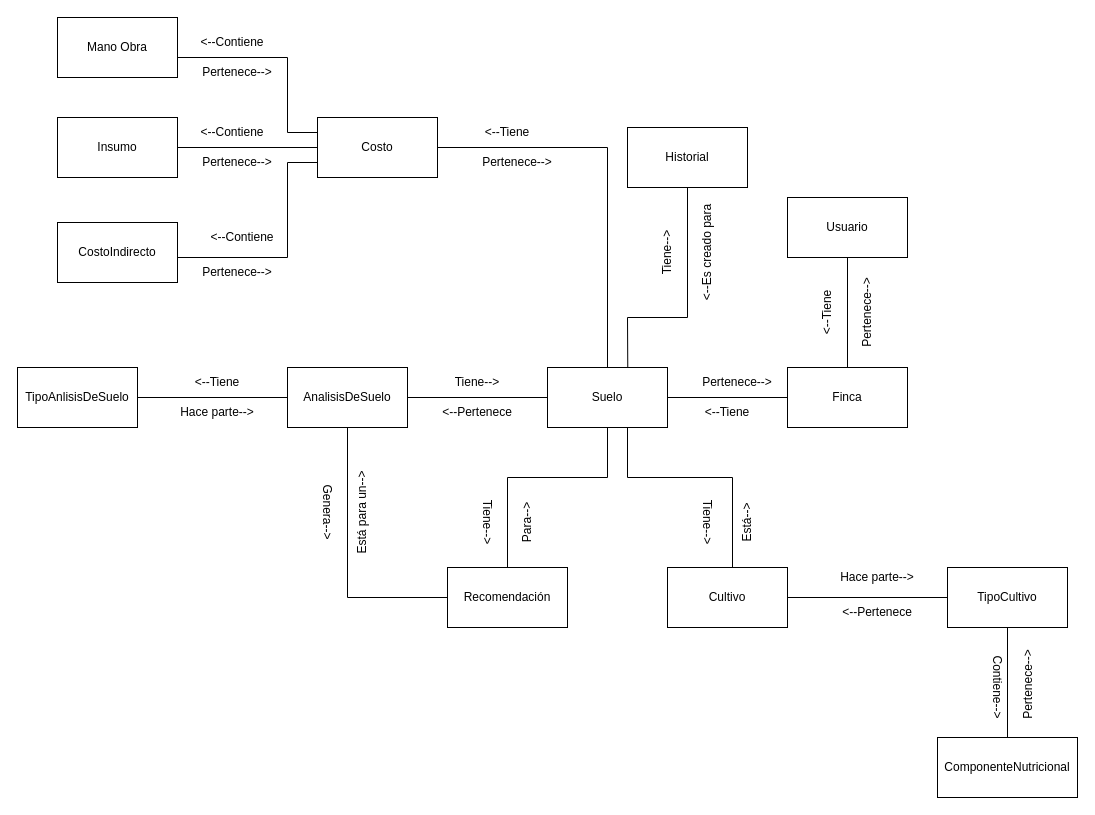
1193090526alexander/IngenieriaDeSotwareII keeps this draw.io diagram as CropScan.drawio. Above is the earlier version. Source tidied: cells renumbered, new cells numbered last; positions are measured from the earlier drawing's top-left corner, leaving out a move shared by most shapes. Both pictures are drawn from the tidied source at 100%, with x=0, y=0 at pixel (17, 17).
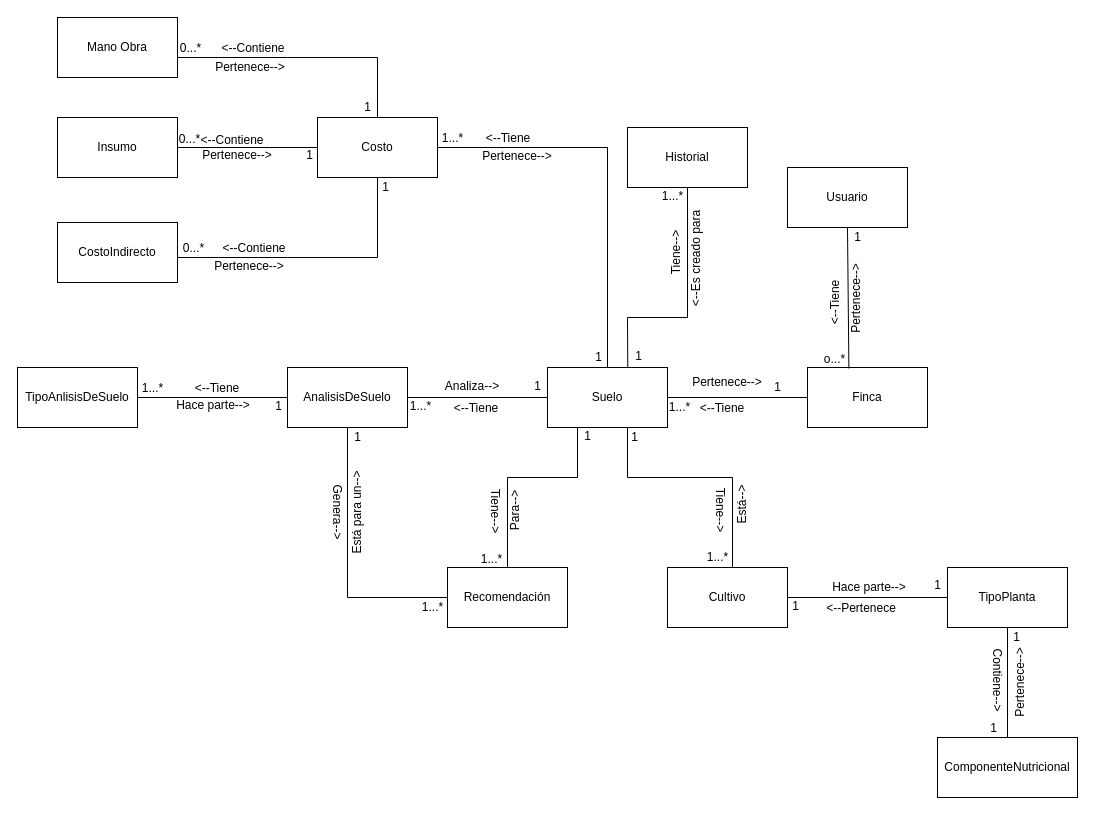
Above is the later version.

The change refers to these unchanged cells:
```xml
<mxCell id="3" value="Suelo" style="rounded=0;whiteSpace=wrap;html=1;" parent="1" vertex="1">
  <mxGeometry x="530" y="350" width="120" height="60" as="geometry" />
</mxCell>
<mxCell id="17" value="Recomendación" style="rounded=0;whiteSpace=wrap;html=1;" parent="1" vertex="1">
  <mxGeometry x="430" y="550" width="120" height="60" as="geometry" />
</mxCell>
<mxCell id="38" value="Costo" style="rounded=0;whiteSpace=wrap;html=1;" parent="1" vertex="1">
  <mxGeometry x="300" y="100" width="120" height="60" as="geometry" />
</mxCell>
```

Change to the diagram source:
```diff
@@
     <mxCell id="5" value="Usuario" style="rounded=0;whiteSpace=wrap;html=1;" parent="1" vertex="1">
-      <mxGeometry x="770" y="180" width="120" height="60" as="geometry" />
+      <mxGeometry x="770" y="150" width="120" height="60" as="geometry" />
     </mxCell>
-    <mxCell id="6" value="Tiene--&amp;gt;" style="text;html=1;strokeColor=none;fillColor=none;align=center;verticalAlign=middle;whiteSpace=wrap;rounded=0;" parent="1" vertex="1">
-      <mxGeometry x="430" y="350" width="60" height="30" as="geometry" />
+    <mxCell id="6" value="Analiza--&amp;gt;" style="text;html=1;strokeColor=none;fillColor=none;align=center;verticalAlign=middle;whiteSpace=wrap;rounded=0;" parent="1" vertex="1">
+      <mxGeometry x="415" y="354" width="80" height="30" as="geometry" />
     </mxCell>
-    <mxCell id="7" value="&amp;lt;--Pertenece" style="text;html=1;strokeColor=none;fillColor=none;align=center;verticalAlign=middle;whiteSpace=wrap;rounded=0;" parent="1" vertex="1">
-      <mxGeometry x="410" y="380" width="100" height="30" as="geometry" />
+    <mxCell id="7" value="&amp;lt;--Tiene" style="text;html=1;strokeColor=none;fillColor=none;align=center;verticalAlign=middle;whiteSpace=wrap;rounded=0;" parent="1" vertex="1">
+      <mxGeometry x="409" y="376" width="100" height="30" as="geometry" />
     </mxCell>
     <mxCell id="8" value="Finca" style="rounded=0;whiteSpace=wrap;html=1;" parent="1" vertex="1">
-      <mxGeometry x="770" y="350" width="120" height="60" as="geometry" />
+      <mxGeometry x="790" y="350" width="120" height="60" as="geometry" />
     </mxCell>
@@
     <mxCell id="10" value="Pertenece--&amp;gt;" style="text;html=1;strokeColor=none;fillColor=none;align=center;verticalAlign=middle;whiteSpace=wrap;rounded=0;" parent="1" vertex="1">
-      <mxGeometry x="680" y="350" width="80" height="30" as="geometry" />
+      <mxGeometry x="670" y="350" width="80" height="30" as="geometry" />
     </mxCell>
-    <mxCell id="11" style="endArrow=none;html=1;rounded=0;exitX=0.5;exitY=0;exitDx=0;exitDy=0;" parent="1" edge="1" source="8">
+    <mxCell id="11" style="endArrow=none;html=1;rounded=0;exitX=0.345;exitY=0.017;exitDx=0;exitDy=0;exitPerimeter=0;" parent="1" edge="1" source="8">
       <mxGeometry relative="1" as="geometry">
-        <mxPoint x="830" y="240" as="targetPoint" />
+        <mxPoint x="830" y="210" as="targetPoint" />
       </mxGeometry>
     </mxCell>
     <mxCell id="12" value="&amp;lt;--Tiene" style="text;html=1;strokeColor=none;fillColor=none;align=center;verticalAlign=middle;whiteSpace=wrap;rounded=0;" parent="1" vertex="1">
-      <mxGeometry x="670" y="380" width="80" height="30" as="geometry" />
+      <mxGeometry x="665" y="376" width="80" height="30" as="geometry" />
     </mxCell>
     <mxCell id="13" value="Pertenece--&amp;gt;" style="text;html=1;strokeColor=none;fillColor=none;align=center;verticalAlign=middle;whiteSpace=wrap;rounded=0;rotation=270;" parent="1" vertex="1">
-      <mxGeometry x="810" y="280" width="80" height="30" as="geometry" />
+      <mxGeometry x="799" y="266" width="80" height="30" as="geometry" />
     </mxCell>
     <mxCell id="14" value="&amp;lt;--Tiene" style="text;html=1;strokeColor=none;fillColor=none;align=center;verticalAlign=middle;whiteSpace=wrap;rounded=0;rotation=270;" parent="1" vertex="1">
-      <mxGeometry x="770" y="280" width="80" height="30" as="geometry" />
+      <mxGeometry x="778" y="270" width="80" height="30" as="geometry" />
     </mxCell>
@@
     <mxCell id="19" value="Tiene--&amp;gt;" style="text;html=1;strokeColor=none;fillColor=none;align=center;verticalAlign=middle;whiteSpace=wrap;rounded=0;rotation=90;" parent="1" vertex="1">
-      <mxGeometry x="660" y="490" width="60" height="30" as="geometry" />
+      <mxGeometry x="673" y="478" width="60" height="30" as="geometry" />
     </mxCell>
     <mxCell id="20" value="Está--&amp;gt;" style="text;html=1;strokeColor=none;fillColor=none;align=center;verticalAlign=middle;whiteSpace=wrap;rounded=0;rotation=270;" parent="1" vertex="1">
-      <mxGeometry x="690" y="490" width="80" height="30" as="geometry" />
+      <mxGeometry x="685" y="472" width="80" height="30" as="geometry" />
     </mxCell>
@@
     <mxCell id="23" value="Tiene--&amp;gt;" style="text;html=1;strokeColor=none;fillColor=none;align=center;verticalAlign=middle;whiteSpace=wrap;rounded=0;rotation=270;" parent="1" vertex="1">
-      <mxGeometry x="610" y="220" width="80" height="30" as="geometry" />
+      <mxGeometry x="619" y="220" width="80" height="30" as="geometry" />
     </mxCell>
@@
     <mxCell id="26" value="&amp;lt;--Tiene" style="text;html=1;strokeColor=none;fillColor=none;align=center;verticalAlign=middle;whiteSpace=wrap;rounded=0;" parent="1" vertex="1">
-      <mxGeometry x="170" y="350" width="60" height="30" as="geometry" />
+      <mxGeometry x="170" y="356" width="60" height="30" as="geometry" />
     </mxCell>
     <mxCell id="27" value="Hace parte--&amp;gt;" style="text;html=1;strokeColor=none;fillColor=none;align=center;verticalAlign=middle;whiteSpace=wrap;rounded=0;" parent="1" vertex="1">
-      <mxGeometry x="160" y="380" width="80" height="30" as="geometry" />
+      <mxGeometry x="156" y="373" width="80" height="30" as="geometry" />
     </mxCell>
@@
-    <mxCell id="29" style="endArrow=none;html=1;rounded=0;entryX=0.5;entryY=1;entryDx=0;entryDy=0;exitX=0.5;exitY=0;exitDx=0;exitDy=0;" parent="1" edge="1" source="17" target="3">
+    <mxCell id="29" style="endArrow=none;html=1;rounded=0;entryX=0.25;entryY=1;entryDx=0;entryDy=0;exitX=0.5;exitY=0;exitDx=0;exitDy=0;" parent="1" edge="1" source="17" target="3">
       <mxGeometry relative="1" as="geometry">
         <Array as="points">
           <mxPoint x="490" y="460" />
-          <mxPoint x="590" y="460" />
+          <mxPoint x="560" y="460" />
         </Array>
       </mxGeometry>
     </mxCell>
     <mxCell id="30" value="Tiene--&amp;gt;" style="text;html=1;strokeColor=none;fillColor=none;align=center;verticalAlign=middle;whiteSpace=wrap;rounded=0;rotation=90;" parent="1" vertex="1">
-      <mxGeometry x="440" y="490" width="60" height="30" as="geometry" />
+      <mxGeometry x="448" y="479" width="60" height="30" as="geometry" />
     </mxCell>
     <mxCell id="31" value="Para--&amp;gt;" style="text;html=1;strokeColor=none;fillColor=none;align=center;verticalAlign=middle;whiteSpace=wrap;rounded=0;rotation=270;" parent="1" vertex="1">
-      <mxGeometry x="470" y="490" width="80" height="30" as="geometry" />
+      <mxGeometry x="458" y="478" width="80" height="30" as="geometry" />
     </mxCell>
     <mxCell id="32" value="&amp;lt;--Es creado para" style="text;html=1;strokeColor=none;fillColor=none;align=center;verticalAlign=middle;whiteSpace=wrap;rounded=0;rotation=270;" parent="1" vertex="1">
-      <mxGeometry x="640" y="220" width="100" height="30" as="geometry" />
+      <mxGeometry x="629" y="226" width="100" height="30" as="geometry" />
     </mxCell>
-    <mxCell id="33" value="TipoCultivo" style="rounded=0;whiteSpace=wrap;html=1;" parent="1" vertex="1">
+    <mxCell id="33" value="TipoPlanta" style="rounded=0;whiteSpace=wrap;html=1;" parent="1" vertex="1">
       <mxGeometry x="930" y="550" width="120" height="60" as="geometry" />
     </mxCell>
@@
     <mxCell id="35" value="&amp;lt;--Pertenece" style="text;html=1;strokeColor=none;fillColor=none;align=center;verticalAlign=middle;whiteSpace=wrap;rounded=0;" parent="1" vertex="1">
-      <mxGeometry x="820" y="580" width="80" height="30" as="geometry" />
+      <mxGeometry x="804" y="576" width="80" height="30" as="geometry" />
     </mxCell>
     <mxCell id="36" value="Hace parte--&amp;gt;" style="text;html=1;strokeColor=none;fillColor=none;align=center;verticalAlign=middle;whiteSpace=wrap;rounded=0;" parent="1" vertex="1">
-      <mxGeometry x="820" y="545" width="80" height="30" as="geometry" />
+      <mxGeometry x="812" y="555" width="80" height="30" as="geometry" />
     </mxCell>
@@
     <mxCell id="40" value="&amp;lt;--Tiene" style="text;html=1;strokeColor=none;fillColor=none;align=center;verticalAlign=middle;whiteSpace=wrap;rounded=0;" parent="1" vertex="1">
-      <mxGeometry x="460" y="100" width="60" height="30" as="geometry" />
+      <mxGeometry x="461" y="106" width="60" height="30" as="geometry" />
     </mxCell>
     <mxCell id="41" value="Pertenece--&amp;gt;" style="text;html=1;strokeColor=none;fillColor=none;align=center;verticalAlign=middle;whiteSpace=wrap;rounded=0;" parent="1" vertex="1">
-      <mxGeometry x="460" y="130" width="80" height="30" as="geometry" />
+      <mxGeometry x="460" y="124" width="80" height="30" as="geometry" />
     </mxCell>
@@
-    <mxCell id="43" style="endArrow=none;html=1;rounded=0;entryX=0;entryY=0.25;entryDx=0;entryDy=0;" parent="1" edge="1" target="38">
+    <mxCell id="43" style="endArrow=none;html=1;rounded=0;entryX=0.5;entryY=0;entryDx=0;entryDy=0;" parent="1" edge="1" target="38">
       <mxGeometry relative="1" as="geometry">
         <mxPoint x="160" y="40" as="sourcePoint" />
         <Array as="points">
           <mxPoint x="270" y="40" />
-          <mxPoint x="270" y="115" />
+          <mxPoint x="360" y="40" />
         </Array>
       </mxGeometry>
     </mxCell>
-    <mxCell id="44" style="endArrow=none;html=1;rounded=0;entryX=0;entryY=0.75;entryDx=0;entryDy=0;" parent="1" edge="1" target="38">
+    <mxCell id="44" style="endArrow=none;html=1;rounded=0;entryX=0.5;entryY=1;entryDx=0;entryDy=0;" parent="1" edge="1" target="38">
       <mxGeometry relative="1" as="geometry">
         <mxPoint x="160" y="240" as="sourcePoint" />
         <Array as="points">
           <mxPoint x="270" y="240" />
-          <mxPoint x="270" y="145" />
+          <mxPoint x="360" y="240" />
         </Array>
       </mxGeometry>
     </mxCell>
     <mxCell id="45" value="&amp;lt;--Contiene" style="text;html=1;strokeColor=none;fillColor=none;align=center;verticalAlign=middle;whiteSpace=wrap;rounded=0;" parent="1" vertex="1">
-      <mxGeometry x="180" y="10" width="70" height="30" as="geometry" />
+      <mxGeometry x="201" y="16" width="70" height="30" as="geometry" />
     </mxCell>
     <mxCell id="46" value="&amp;lt;--Contiene" style="text;html=1;strokeColor=none;fillColor=none;align=center;verticalAlign=middle;whiteSpace=wrap;rounded=0;" parent="1" vertex="1">
-      <mxGeometry x="180" y="100" width="70" height="30" as="geometry" />
+      <mxGeometry x="180" y="108" width="70" height="30" as="geometry" />
     </mxCell>
     <mxCell id="47" value="&amp;lt;--Contiene" style="text;html=1;strokeColor=none;fillColor=none;align=center;verticalAlign=middle;whiteSpace=wrap;rounded=0;" parent="1" vertex="1">
-      <mxGeometry x="190" y="205" width="70" height="30" as="geometry" />
+      <mxGeometry x="202" y="216" width="70" height="30" as="geometry" />
     </mxCell>
     <mxCell id="48" value="Pertenece--&amp;gt;" style="text;html=1;strokeColor=none;fillColor=none;align=center;verticalAlign=middle;whiteSpace=wrap;rounded=0;" parent="1" vertex="1">
-      <mxGeometry x="180" y="40" width="80" height="30" as="geometry" />
+      <mxGeometry x="193" y="35" width="80" height="30" as="geometry" />
     </mxCell>
     <mxCell id="49" value="Pertenece--&amp;gt;" style="text;html=1;strokeColor=none;fillColor=none;align=center;verticalAlign=middle;whiteSpace=wrap;rounded=0;" parent="1" vertex="1">
-      <mxGeometry x="180" y="130" width="80" height="30" as="geometry" />
+      <mxGeometry x="180" y="123" width="80" height="30" as="geometry" />
     </mxCell>
     <mxCell id="50" value="Pertenece--&amp;gt;" style="text;html=1;strokeColor=none;fillColor=none;align=center;verticalAlign=middle;whiteSpace=wrap;rounded=0;" parent="1" vertex="1">
-      <mxGeometry x="180" y="240" width="80" height="30" as="geometry" />
+      <mxGeometry x="192" y="234" width="80" height="30" as="geometry" />
     </mxCell>
@@
     <mxCell id="53" value="Contiene--&amp;gt;" style="text;html=1;strokeColor=none;fillColor=none;align=center;verticalAlign=middle;whiteSpace=wrap;rounded=0;rotation=90;" parent="1" vertex="1">
-      <mxGeometry x="945" y="655" width="70" height="30" as="geometry" />
+      <mxGeometry x="945" y="648" width="70" height="30" as="geometry" />
     </mxCell>
     <mxCell id="54" value="Pertenece--&amp;gt;" style="text;html=1;strokeColor=none;fillColor=none;align=center;verticalAlign=middle;whiteSpace=wrap;rounded=0;rotation=270;" parent="1" vertex="1">
-      <mxGeometry x="972.5" y="652.5" width="75" height="30" as="geometry" />
+      <mxGeometry x="964.5" y="650.5" width="75" height="30" as="geometry" />
     </mxCell>
@@
     <mxCell id="56" value="Está para un--&amp;gt;" style="text;html=1;strokeColor=none;fillColor=none;align=center;verticalAlign=middle;whiteSpace=wrap;rounded=0;rotation=270;" parent="1" vertex="1">
-      <mxGeometry x="300" y="480" width="90" height="30" as="geometry" />
+      <mxGeometry x="295" y="480" width="90" height="30" as="geometry" />
     </mxCell>
     <mxCell id="57" value="Genera--&amp;gt;" style="text;html=1;strokeColor=none;fillColor=none;align=center;verticalAlign=middle;whiteSpace=wrap;rounded=0;rotation=90;" parent="1" vertex="1">
-      <mxGeometry x="280" y="480" width="60" height="30" as="geometry" />
+      <mxGeometry x="290" y="480" width="60" height="30" as="geometry" />
     </mxCell>
+    <mxCell id="58" value="1" style="text;html=1;align=center;verticalAlign=middle;strokeColor=none;fillColor=none;" parent="1" vertex="1">
+      <mxGeometry x="825" y="205" width="30" height="30" as="geometry" />
+    </mxCell>
+    <mxCell id="59" value="o...*" style="text;html=1;align=center;verticalAlign=middle;strokeColor=none;fillColor=none;" parent="1" vertex="1">
+      <mxGeometry x="797" y="327" width="40" height="30" as="geometry" />
+    </mxCell>
+    <mxCell id="60" value="1" style="text;html=1;align=center;verticalAlign=middle;strokeColor=none;fillColor=none;" parent="1" vertex="1">
+      <mxGeometry x="606" y="324" width="30" height="30" as="geometry" />
+    </mxCell>
+    <mxCell id="61" value="1...*" style="text;html=1;align=center;verticalAlign=middle;strokeColor=none;fillColor=none;" parent="1" vertex="1">
+      <mxGeometry x="642" y="375" width="40" height="30" as="geometry" />
+    </mxCell>
+    <mxCell id="62" value="1...*" style="text;html=1;align=center;verticalAlign=middle;strokeColor=none;fillColor=none;" parent="1" vertex="1">
+      <mxGeometry x="635" y="164" width="40" height="30" as="geometry" />
+    </mxCell>
+    <mxCell id="63" value="1" style="text;html=1;align=center;verticalAlign=middle;strokeColor=none;fillColor=none;" parent="1" vertex="1">
+      <mxGeometry x="745" y="355" width="30" height="30" as="geometry" />
+    </mxCell>
+    <mxCell id="64" value="1" style="text;html=1;align=center;verticalAlign=middle;strokeColor=none;fillColor=none;" parent="1" vertex="1">
+      <mxGeometry x="505" y="354" width="30" height="30" as="geometry" />
+    </mxCell>
+    <mxCell id="65" value="1...*" style="text;html=1;align=center;verticalAlign=middle;strokeColor=none;fillColor=none;" parent="1" vertex="1">
+      <mxGeometry x="383" y="374" width="40" height="30" as="geometry" />
+    </mxCell>
+    <mxCell id="66" value="1" style="text;html=1;align=center;verticalAlign=middle;strokeColor=none;fillColor=none;" parent="1" vertex="1">
+      <mxGeometry x="246" y="374" width="30" height="30" as="geometry" />
+    </mxCell>
+    <mxCell id="67" value="1...*" style="text;html=1;align=center;verticalAlign=middle;strokeColor=none;fillColor=none;" parent="1" vertex="1">
+      <mxGeometry x="115" y="356" width="40" height="30" as="geometry" />
+    </mxCell>
+    <mxCell id="68" value="1...*" style="text;html=1;align=center;verticalAlign=middle;strokeColor=none;fillColor=none;" parent="1" vertex="1">
+      <mxGeometry x="680" y="525" width="40" height="30" as="geometry" />
+    </mxCell>
+    <mxCell id="69" value="1" style="text;html=1;align=center;verticalAlign=middle;strokeColor=none;fillColor=none;" parent="1" vertex="1">
+      <mxGeometry x="555" y="404" width="30" height="30" as="geometry" />
+    </mxCell>
+    <mxCell id="70" value="1" style="text;html=1;align=center;verticalAlign=middle;strokeColor=none;fillColor=none;" parent="1" vertex="1">
+      <mxGeometry x="602" y="405" width="30" height="30" as="geometry" />
+    </mxCell>
+    <mxCell id="71" value="1...*" style="text;html=1;align=center;verticalAlign=middle;strokeColor=none;fillColor=none;" parent="1" vertex="1">
+      <mxGeometry x="454" y="527" width="40" height="30" as="geometry" />
+    </mxCell>
+    <mxCell id="72" value="1" style="text;html=1;align=center;verticalAlign=middle;strokeColor=none;fillColor=none;" parent="1" vertex="1">
+      <mxGeometry x="325" y="405" width="30" height="30" as="geometry" />
+    </mxCell>
+    <mxCell id="73" value="1...*" style="text;html=1;align=center;verticalAlign=middle;strokeColor=none;fillColor=none;" parent="1" vertex="1">
+      <mxGeometry x="395" y="575" width="40" height="30" as="geometry" />
+    </mxCell>
+    <mxCell id="74" value="1" style="text;html=1;align=center;verticalAlign=middle;strokeColor=none;fillColor=none;" parent="1" vertex="1">
+      <mxGeometry x="905" y="553" width="30" height="30" as="geometry" />
+    </mxCell>
+    <mxCell id="75" value="1" style="text;html=1;align=center;verticalAlign=middle;strokeColor=none;fillColor=none;" parent="1" vertex="1">
+      <mxGeometry x="763" y="574" width="30" height="30" as="geometry" />
+    </mxCell>
+    <mxCell id="76" value="1" style="text;html=1;align=center;verticalAlign=middle;strokeColor=none;fillColor=none;" parent="1" vertex="1">
+      <mxGeometry x="961" y="696" width="30" height="30" as="geometry" />
+    </mxCell>
+    <mxCell id="77" value="1" style="text;html=1;align=center;verticalAlign=middle;strokeColor=none;fillColor=none;" parent="1" vertex="1">
+      <mxGeometry x="984" y="605" width="30" height="30" as="geometry" />
+    </mxCell>
+    <mxCell id="78" value="0...*" style="text;html=1;align=center;verticalAlign=middle;strokeColor=none;fillColor=none;" parent="1" vertex="1">
+      <mxGeometry x="153" y="16" width="40" height="30" as="geometry" />
+    </mxCell>
+    <mxCell id="79" value="1" style="text;html=1;align=center;verticalAlign=middle;strokeColor=none;fillColor=none;" parent="1" vertex="1">
+      <mxGeometry x="566" y="325" width="30" height="30" as="geometry" />
+    </mxCell>
+    <mxCell id="80" value="1...*" style="text;html=1;align=center;verticalAlign=middle;strokeColor=none;fillColor=none;" parent="1" vertex="1">
+      <mxGeometry x="415" y="106" width="40" height="30" as="geometry" />
+    </mxCell>
+    <mxCell id="81" value="1" style="text;html=1;align=center;verticalAlign=middle;strokeColor=none;fillColor=none;" parent="1" vertex="1">
+      <mxGeometry x="335" y="75" width="30" height="30" as="geometry" />
+    </mxCell>
+    <mxCell id="82" value="0...*" style="text;html=1;align=center;verticalAlign=middle;strokeColor=none;fillColor=none;" parent="1" vertex="1">
+      <mxGeometry x="156" y="216" width="40" height="30" as="geometry" />
+    </mxCell>
+    <mxCell id="83" value="0...*" style="text;html=1;align=center;verticalAlign=middle;strokeColor=none;fillColor=none;" parent="1" vertex="1">
+      <mxGeometry x="152" y="107" width="40" height="30" as="geometry" />
+    </mxCell>
+    <mxCell id="84" value="1" style="text;html=1;align=center;verticalAlign=middle;strokeColor=none;fillColor=none;" parent="1" vertex="1">
+      <mxGeometry x="353" y="155" width="30" height="30" as="geometry" />
+    </mxCell>
+    <mxCell id="85" value="1" style="text;html=1;align=center;verticalAlign=middle;strokeColor=none;fillColor=none;" parent="1" vertex="1">
+      <mxGeometry x="277" y="123" width="30" height="30" as="geometry" />
+    </mxCell>
```
